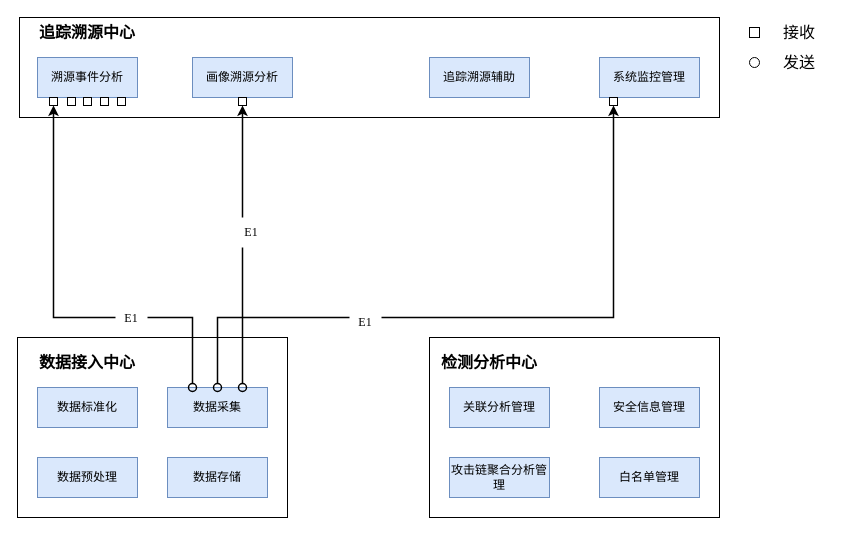
Above: 大数据中心-接口关系.drawio in popvlovs/popvlovs-repository (draw.io), before the change. Source tidied: cells renumbered, new cells numbered last; positions are measured from the earlier drawing's top-left corner, leaving out a move shared by most shapes. Both pictures are drawn from the tidied source at 100%, with x=0, y=0 at pixel (17, 17).
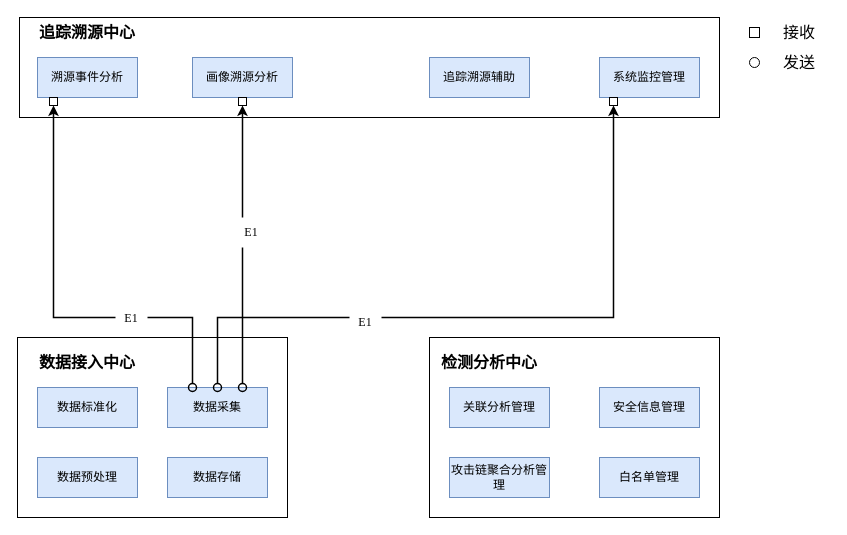
The same diagram, later.

Commit message (it also covers changes not shown here):
Update 大数据中心-接口关系.drawio

Diff of the diagram source:
```diff
@@
-    <mxCell id="24" style="rounded=0;whiteSpace=wrap;html=1;fontFamily=Helvetica;fontSize=16;fontColor=default;" parent="1" vertex="1">
-      <mxGeometry x="66" y="80" width="8" height="8" as="geometry" />
-    </mxCell>
-    <mxCell id="25" style="rounded=0;whiteSpace=wrap;html=1;fontFamily=Helvetica;fontSize=16;fontColor=default;" parent="1" vertex="1">
-      <mxGeometry x="50" y="80" width="8" height="8" as="geometry" />
-    </mxCell>
-    <mxCell id="26" style="rounded=0;whiteSpace=wrap;html=1;fontFamily=Helvetica;fontSize=16;fontColor=default;" parent="1" vertex="1">
-      <mxGeometry x="83" y="80" width="8" height="8" as="geometry" />
-    </mxCell>
-    <mxCell id="27" style="rounded=0;whiteSpace=wrap;html=1;fontFamily=Helvetica;fontSize=16;fontColor=default;" parent="1" vertex="1">
-      <mxGeometry x="100" y="80" width="8" height="8" as="geometry" />
-    </mxCell>
```
